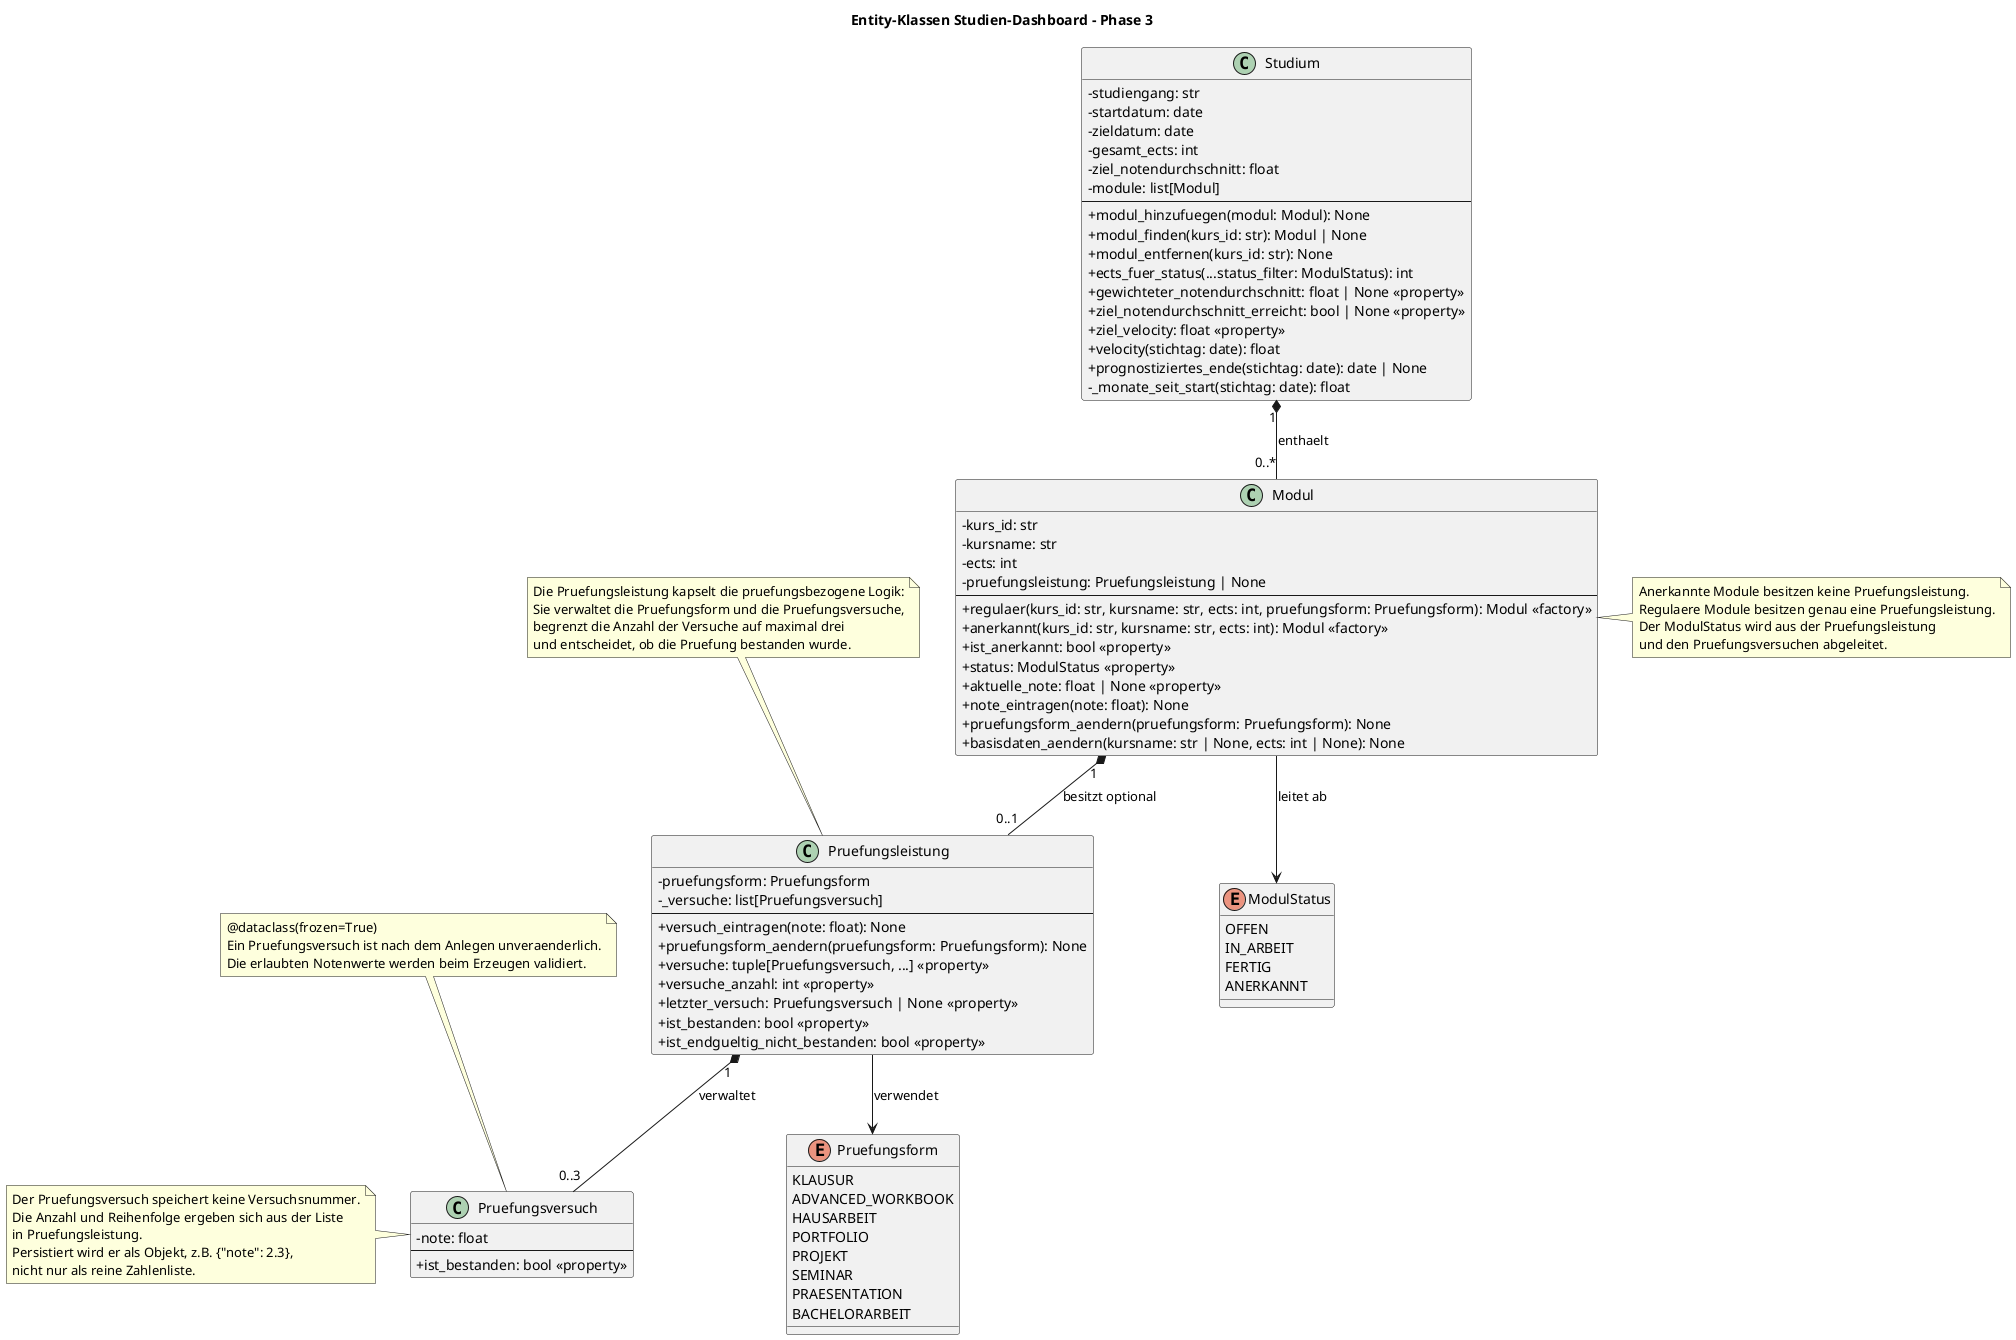
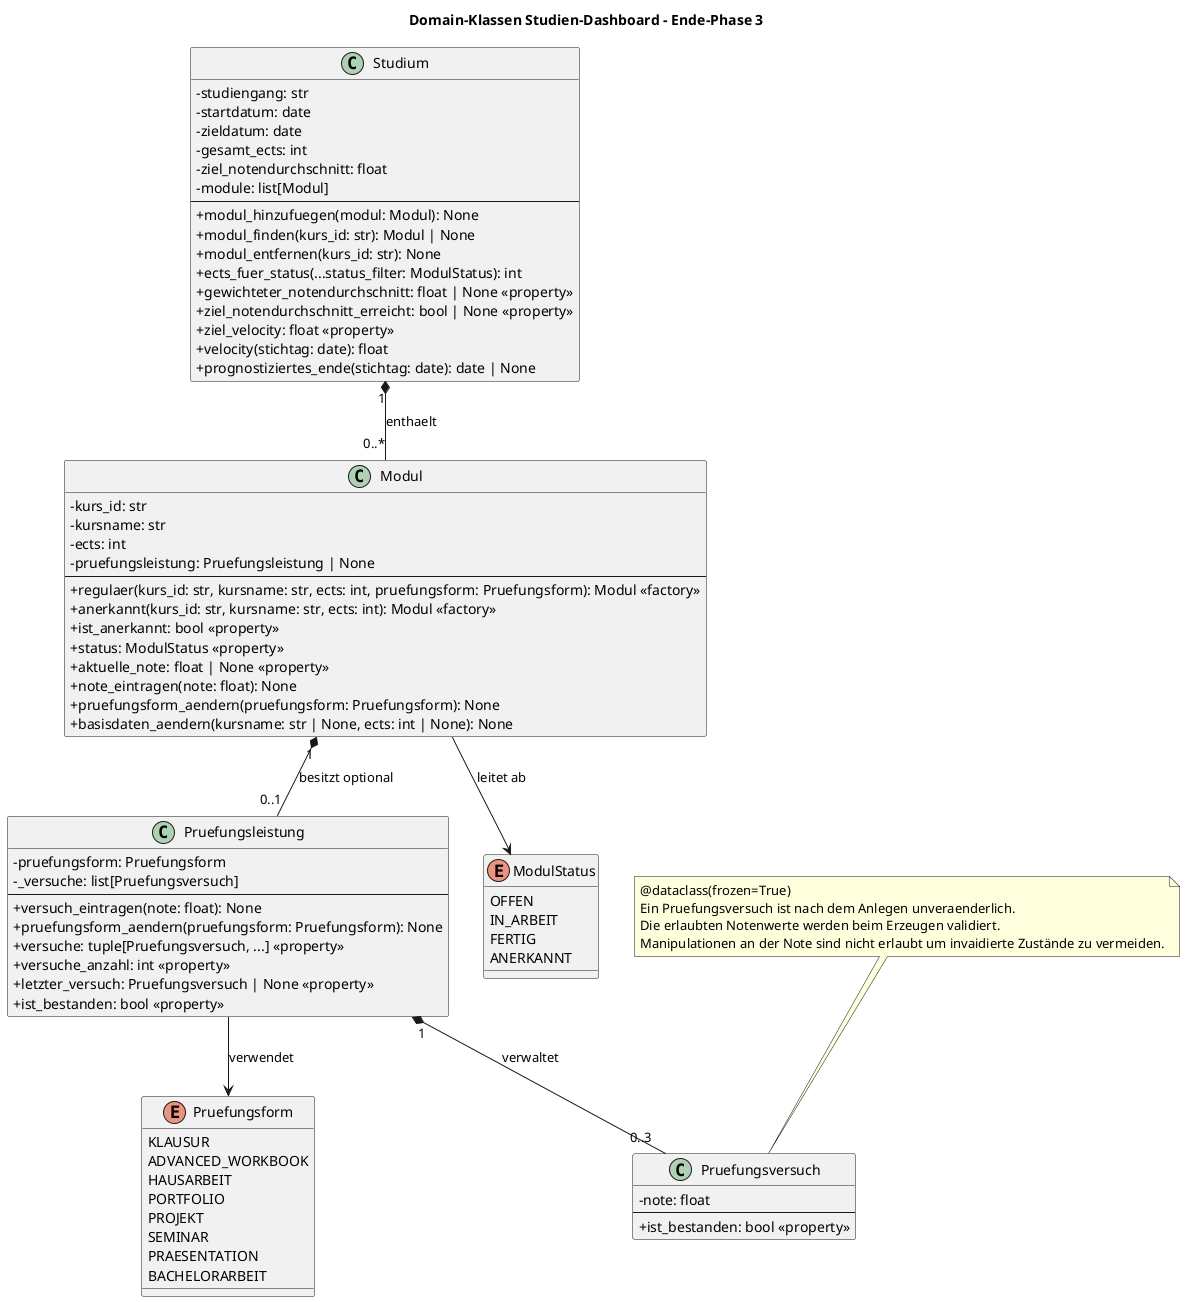
- @startuml
+ @startuml domain_klassen
skinparam classAttributeIconSize 0

- title Entity-Klassen Studien-Dashboard - Phase 3
+ title Domain-Klassen Studien-Dashboard - Ende-Phase 3

class Studium {
  - studiengang: str
  - startdatum: date
  - zieldatum: date
  - gesamt_ects: int
  - ziel_notendurchschnitt: float
  - module: list[Modul]
  --
  + modul_hinzufuegen(modul: Modul): None
  + modul_finden(kurs_id: str): Modul | None
  + modul_entfernen(kurs_id: str): None
  + ects_fuer_status(...status_filter: ModulStatus): int
  + gewichteter_notendurchschnitt: float | None <<property>>
  + ziel_notendurchschnitt_erreicht: bool | None <<property>>
  + ziel_velocity: float <<property>>
  + velocity(stichtag: date): float
  + prognostiziertes_ende(stichtag: date): date | None
-   - _monate_seit_start(stichtag: date): float
}

class Modul {
  - kurs_id: str
  - kursname: str
  - ects: int
  - pruefungsleistung: Pruefungsleistung | None
  --
  + regulaer(kurs_id: str, kursname: str, ects: int, pruefungsform: Pruefungsform): Modul <<factory>>
  + anerkannt(kurs_id: str, kursname: str, ects: int): Modul <<factory>>
  + ist_anerkannt: bool <<property>>
  + status: ModulStatus <<property>>
  + aktuelle_note: float | None <<property>>
  + note_eintragen(note: float): None
  + pruefungsform_aendern(pruefungsform: Pruefungsform): None
  + basisdaten_aendern(kursname: str | None, ects: int | None): None
}

class Pruefungsleistung {
  - pruefungsform: Pruefungsform
  - _versuche: list[Pruefungsversuch]
  --
  + versuch_eintragen(note: float): None
  + pruefungsform_aendern(pruefungsform: Pruefungsform): None
  + versuche: tuple[Pruefungsversuch, ...] <<property>>
  + versuche_anzahl: int <<property>>
  + letzter_versuch: Pruefungsversuch | None <<property>>
  + ist_bestanden: bool <<property>>
-   + ist_endgueltig_nicht_bestanden: bool <<property>>
}

class Pruefungsversuch {
  - note: float
  --
  + ist_bestanden: bool <<property>>
}

- note top of Pruefungsversuch
-   @dataclass(frozen=True)
-   Ein Pruefungsversuch ist nach dem Anlegen unveraenderlich.
-   Die erlaubten Notenwerte werden beim Erzeugen validiert.
- end note

enum Pruefungsform {
  KLAUSUR
  ADVANCED_WORKBOOK
  HAUSARBEIT
  PORTFOLIO
  PROJEKT
  SEMINAR
  PRAESENTATION
  BACHELORARBEIT
}

enum ModulStatus {
  OFFEN
  IN_ARBEIT
  FERTIG
  ANERKANNT
}

Studium "1" *-- "0..*" Modul : enthaelt
Modul "1" *-- "0..1" Pruefungsleistung : besitzt optional
Pruefungsleistung "1" *-- "0..3" Pruefungsversuch : verwaltet

Pruefungsleistung --> Pruefungsform : verwendet
Modul --> ModulStatus : leitet ab

- note right of Modul
-   Anerkannte Module besitzen keine Pruefungsleistung.
-   Regulaere Module besitzen genau eine Pruefungsleistung.
-   Der ModulStatus wird aus der Pruefungsleistung
-   und den Pruefungsversuchen abgeleitet.
- end note
- 
- note top of Pruefungsleistung
-   Die Pruefungsleistung kapselt die pruefungsbezogene Logik:
-   Sie verwaltet die Pruefungsform und die Pruefungsversuche,
-   begrenzt die Anzahl der Versuche auf maximal drei
-   und entscheidet, ob die Pruefung bestanden wurde.
- end note
- 
- note left of Pruefungsversuch
-   Der Pruefungsversuch speichert keine Versuchsnummer.
-   Die Anzahl und Reihenfolge ergeben sich aus der Liste
-   in Pruefungsleistung.
-   Persistiert wird er als Objekt, z.B. {"note": 2.3},
-   nicht nur als reine Zahlenliste.
+ note top of Pruefungsversuch
+   @dataclass(frozen=True)
+   Ein Pruefungsversuch ist nach dem Anlegen unveraenderlich.
+   Die erlaubten Notenwerte werden beim Erzeugen validiert.
+   Manipulationen an der Note sind nicht erlaubt um invaidierte Zustände zu vermeiden.
end note

@enduml
